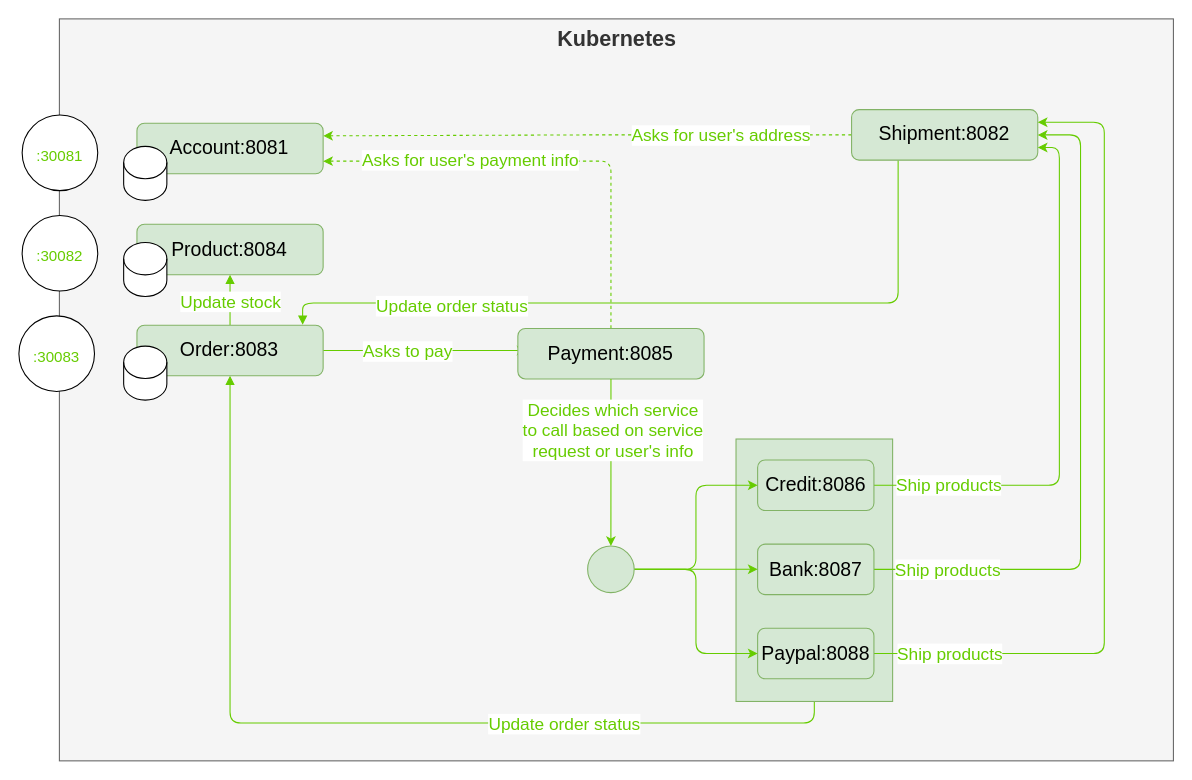
sainturb/miu-sa_rental-apartment keeps this draw.io diagram as assignment.drawio. Above is the earlier version. Source tidied: cells renumbered, new cells numbered last; positions are measured from the earlier drawing's top-left corner, leaving out a move shared by most shapes. Both pictures are drawn from the tidied source at 108%, with x=0, y=0 at pixel (18, 18).
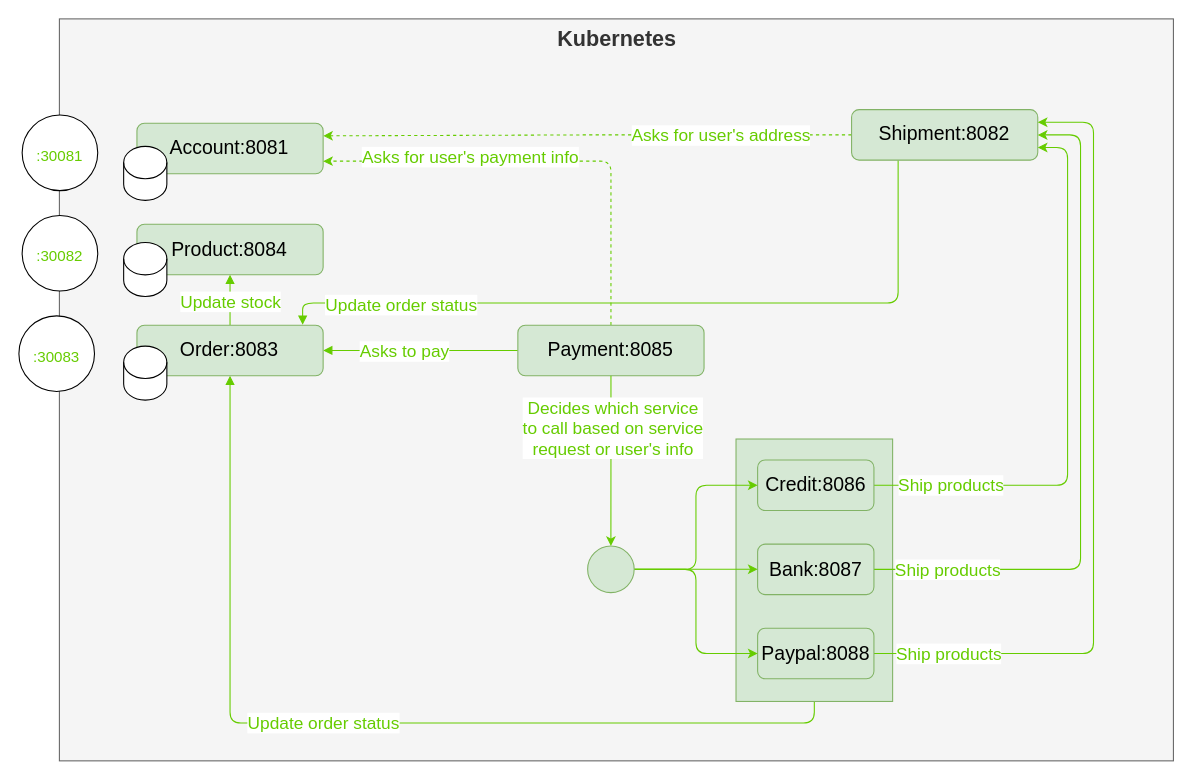
Above is the later version.

The change refers to these unchanged cells:
```xml
<mxCell id="5" style="edgeStyle=orthogonalEdgeStyle;rounded=1;jettySize=auto;html=1;exitX=0.5;exitY=1;exitDx=0;exitDy=0;strokeColor=#66CC00;fontSize=16;fontColor=#66CC00;startArrow=none;startFill=0;endArrow=block;endFill=1;" parent="1" edge="1" source="7" target="23">
  <mxGeometry relative="1" as="geometry" />
</mxCell>
<mxCell id="8" style="edgeStyle=orthogonalEdgeStyle;rounded=1;jettySize=auto;html=1;exitX=0.25;exitY=1;exitDx=0;exitDy=0;strokeColor=#66CC00;fontSize=16;fontColor=#66CC00;startArrow=none;startFill=0;endArrow=block;endFill=1;entryX=0.89;entryY=-0.009;entryDx=0;entryDy=0;entryPerimeter=0;" parent="1" edge="1" source="10" target="23">
  <mxGeometry relative="1" as="geometry">
    <Array as="points">
      <mxPoint x="814" y="263" />
      <mxPoint x="263" y="263" />
      <mxPoint x="263" y="283" />
    </Array>
  </mxGeometry>
</mxCell>
<mxCell id="10" value="Shipment:8082" style="rounded=1;whiteSpace=wrap;html=1;fillColor=#d5e8d4;strokeColor=#82b366;fontSize=18;" parent="1" vertex="1">
  <mxGeometry x="771" y="84" width="172.4" height="46.8" as="geometry" />
</mxCell>
<mxCell id="23" value="Order:8083" style="rounded=1;whiteSpace=wrap;html=1;fillColor=#d5e8d4;strokeColor=#82b366;fontSize=18;" parent="1" vertex="1">
  <mxGeometry x="109.3" y="283.6" width="172.4" height="46.8" as="geometry" />
</mxCell>
<mxCell id="27" value="Credit:8086" style="rounded=1;whiteSpace=wrap;html=1;fillColor=#d5e8d4;strokeColor=#82b366;fontSize=18;" parent="1" vertex="1">
  <mxGeometry x="684" y="408.4" width="107.7" height="46.8" as="geometry" />
</mxCell>
<mxCell id="29" value="Paypal:8088" style="rounded=1;whiteSpace=wrap;html=1;fillColor=#d5e8d4;strokeColor=#82b366;fontSize=18;" parent="1" vertex="1">
  <mxGeometry x="684" y="564.2" width="107.7" height="46.8" as="geometry" />
</mxCell>
```

What changed in the source:
```diff
@@
     <mxCell id="6" value="Update order status" style="edgeLabel;html=1;align=center;verticalAlign=middle;fontSize=16;fontColor=#66CC00;" parent="5" vertex="1">
-      <mxGeometry x="-0.43" relative="1" as="geometry" />
+      <mxGeometry x="-0.43" relative="1" as="geometry">
+        <mxPoint x="-223" y="-1" as="offset" />
+      </mxGeometry>
     </mxCell>
@@
     <mxCell id="9" value="Update order status" style="edgeLabel;html=1;align=center;verticalAlign=middle;fontSize=16;fontColor=#66CC00;" parent="8" vertex="1">
       <mxGeometry x="0.68" y="-3" relative="1" as="geometry">
-        <mxPoint x="45" y="5" as="offset" />
+        <mxPoint x="-2" y="4" as="offset" />
       </mxGeometry>
     </mxCell>
@@
     <mxCell id="11" style="edgeStyle=orthogonalEdgeStyle;rounded=1;jettySize=auto;html=1;exitX=1;exitY=0.5;exitDx=0;exitDy=0;entryX=1;entryY=0.75;entryDx=0;entryDy=0;strokeColor=#66CC00;" parent="1" edge="1" source="27" target="10">
-      <mxGeometry relative="1" as="geometry" />
+      <mxGeometry relative="1" as="geometry">
+        <Array as="points">
+          <mxPoint x="971" y="432" />
+          <mxPoint x="971" y="119" />
+        </Array>
+      </mxGeometry>
     </mxCell>
@@
     <mxCell id="15" style="edgeStyle=orthogonalEdgeStyle;rounded=1;jettySize=auto;html=1;exitX=1;exitY=0.5;exitDx=0;exitDy=0;strokeColor=#66CC00;entryX=1;entryY=0.25;entryDx=0;entryDy=0;" parent="1" edge="1" source="29" target="10">
       <mxGeometry relative="1" as="geometry">
         <Array as="points">
-          <mxPoint x="1005" y="588" />
-          <mxPoint x="1005" y="96" />
+          <mxPoint x="995" y="588" />
+          <mxPoint x="995" y="96" />
         </Array>
       </mxGeometry>
     </mxCell>
@@
-    <mxCell id="19" style="edgeStyle=orthogonalEdgeStyle;rounded=1;jettySize=auto;html=1;exitX=1;exitY=0.5;exitDx=0;exitDy=0;strokeColor=#66CC00;" parent="1" edge="1" source="23">
-      <mxGeometry relative="1" as="geometry">
-        <mxPoint x="470" y="307" as="targetPoint" />
-      </mxGeometry>
+    <mxCell id="19" style="edgeStyle=orthogonalEdgeStyle;rounded=1;jettySize=auto;html=1;exitX=1;exitY=0.5;exitDx=0;exitDy=0;strokeColor=#66CC00;startArrow=block;startFill=1;entryX=0;entryY=0.5;entryDx=0;entryDy=0;endArrow=none;endFill=0;" parent="1" edge="1" source="23" target="26">
+      <mxGeometry relative="1" as="geometry" />
     </mxCell>
@@
     <mxCell id="26" value="Payment:8085" style="rounded=1;whiteSpace=wrap;html=1;fillColor=#d5e8d4;strokeColor=#82b366;fontSize=18;" parent="1" vertex="1">
-      <mxGeometry x="462" y="286.6" width="172.4" height="46.8" as="geometry" />
+      <mxGeometry x="462" y="283.6" width="172.4" height="46.8" as="geometry" />
     </mxCell>
```
